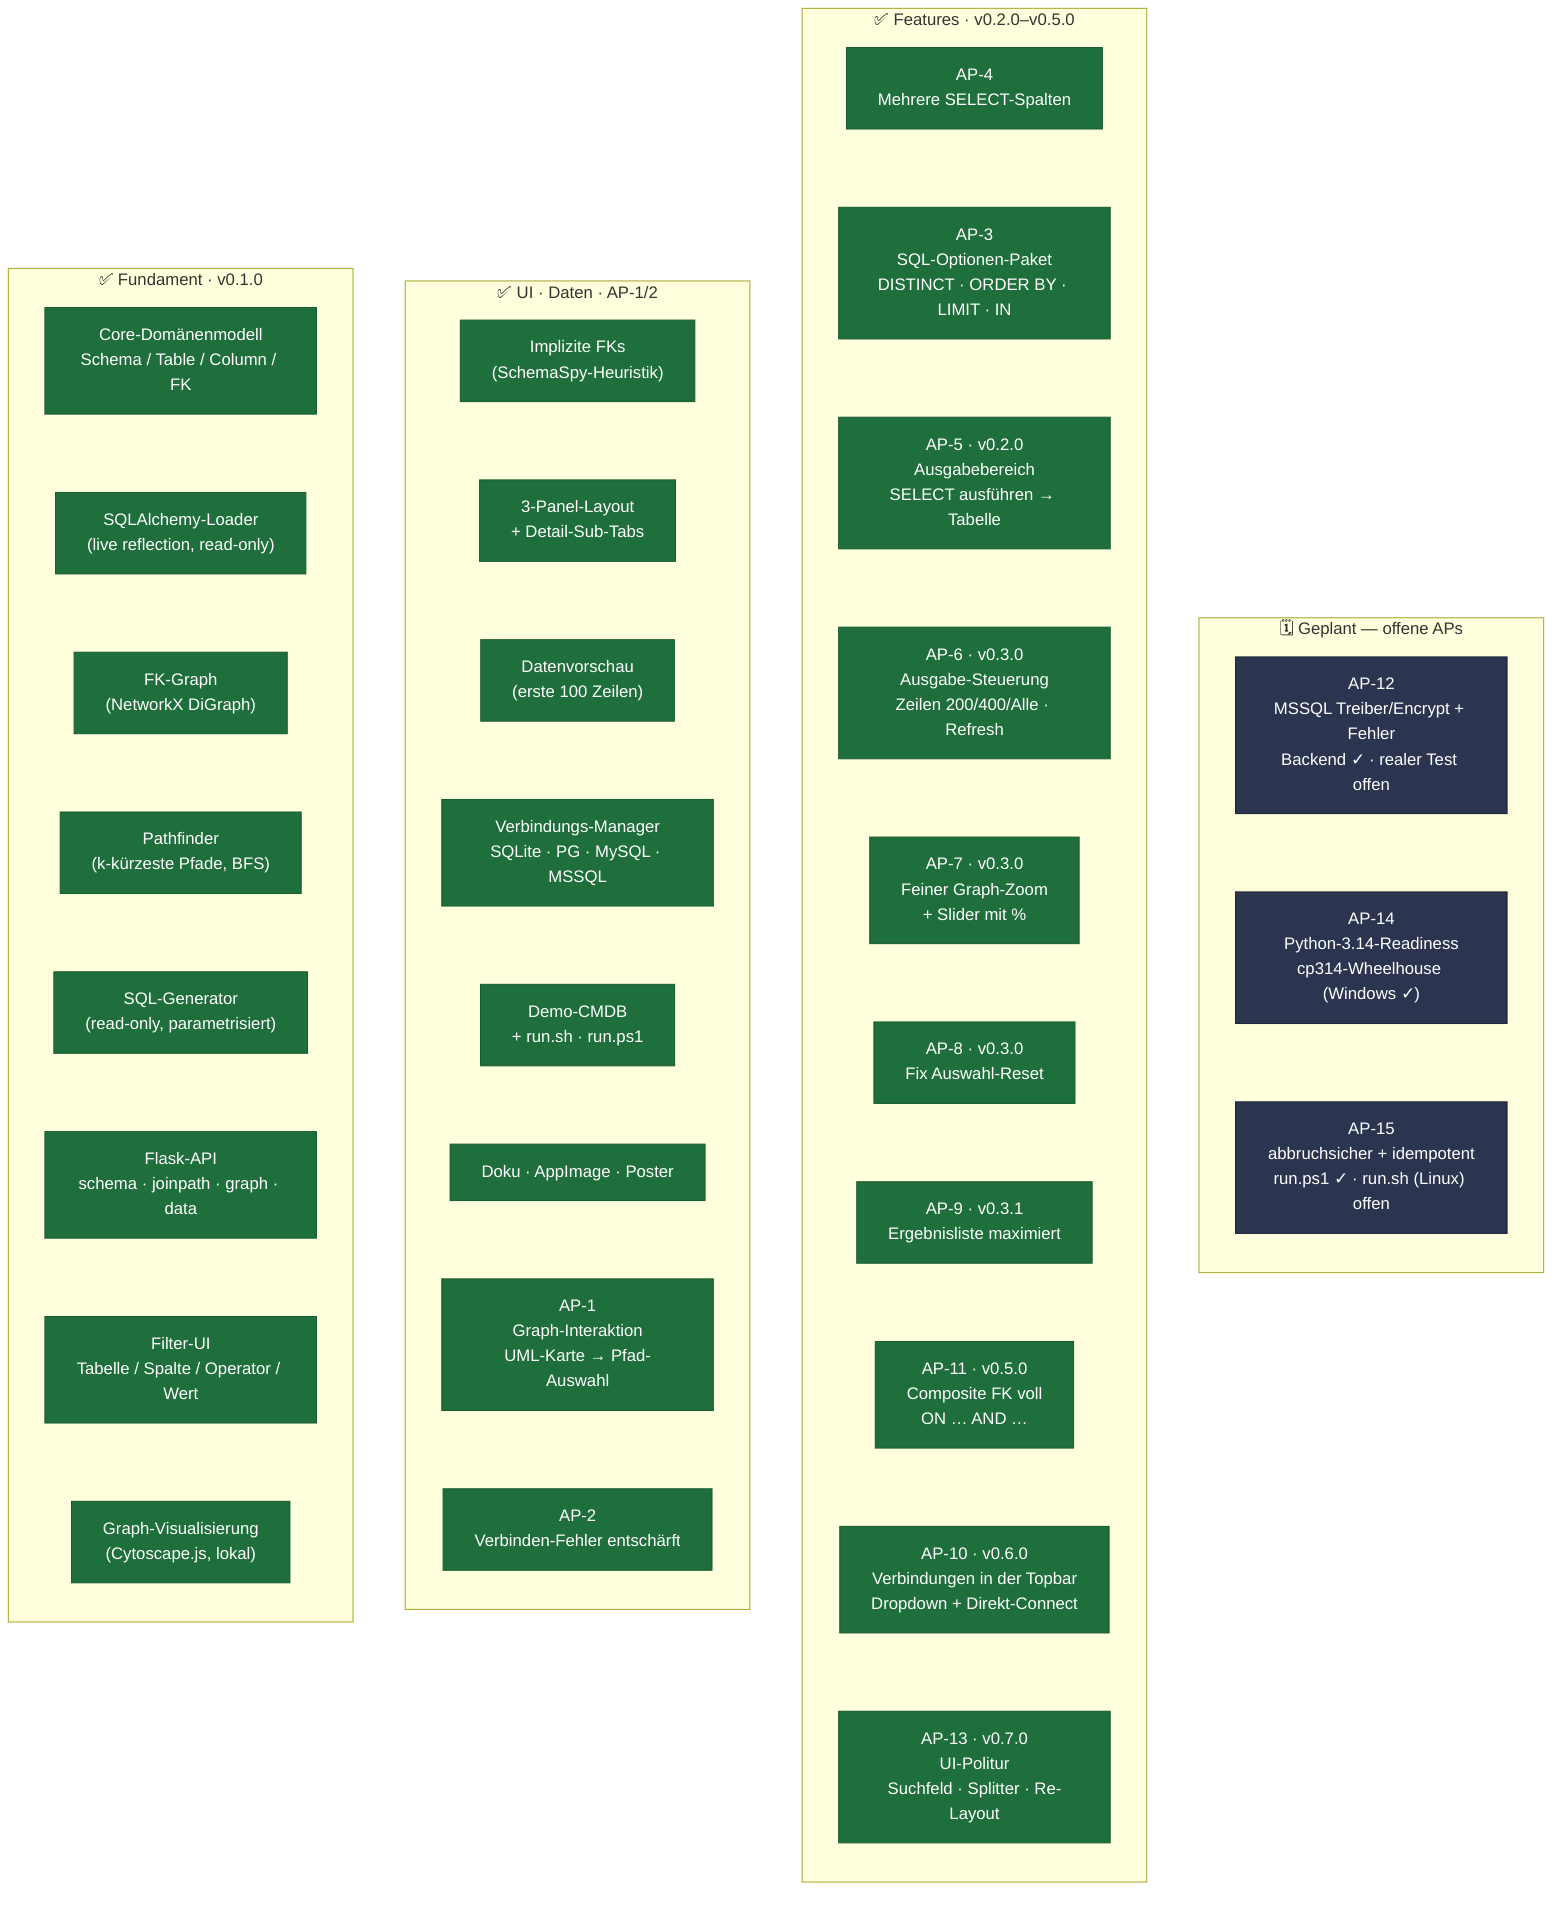
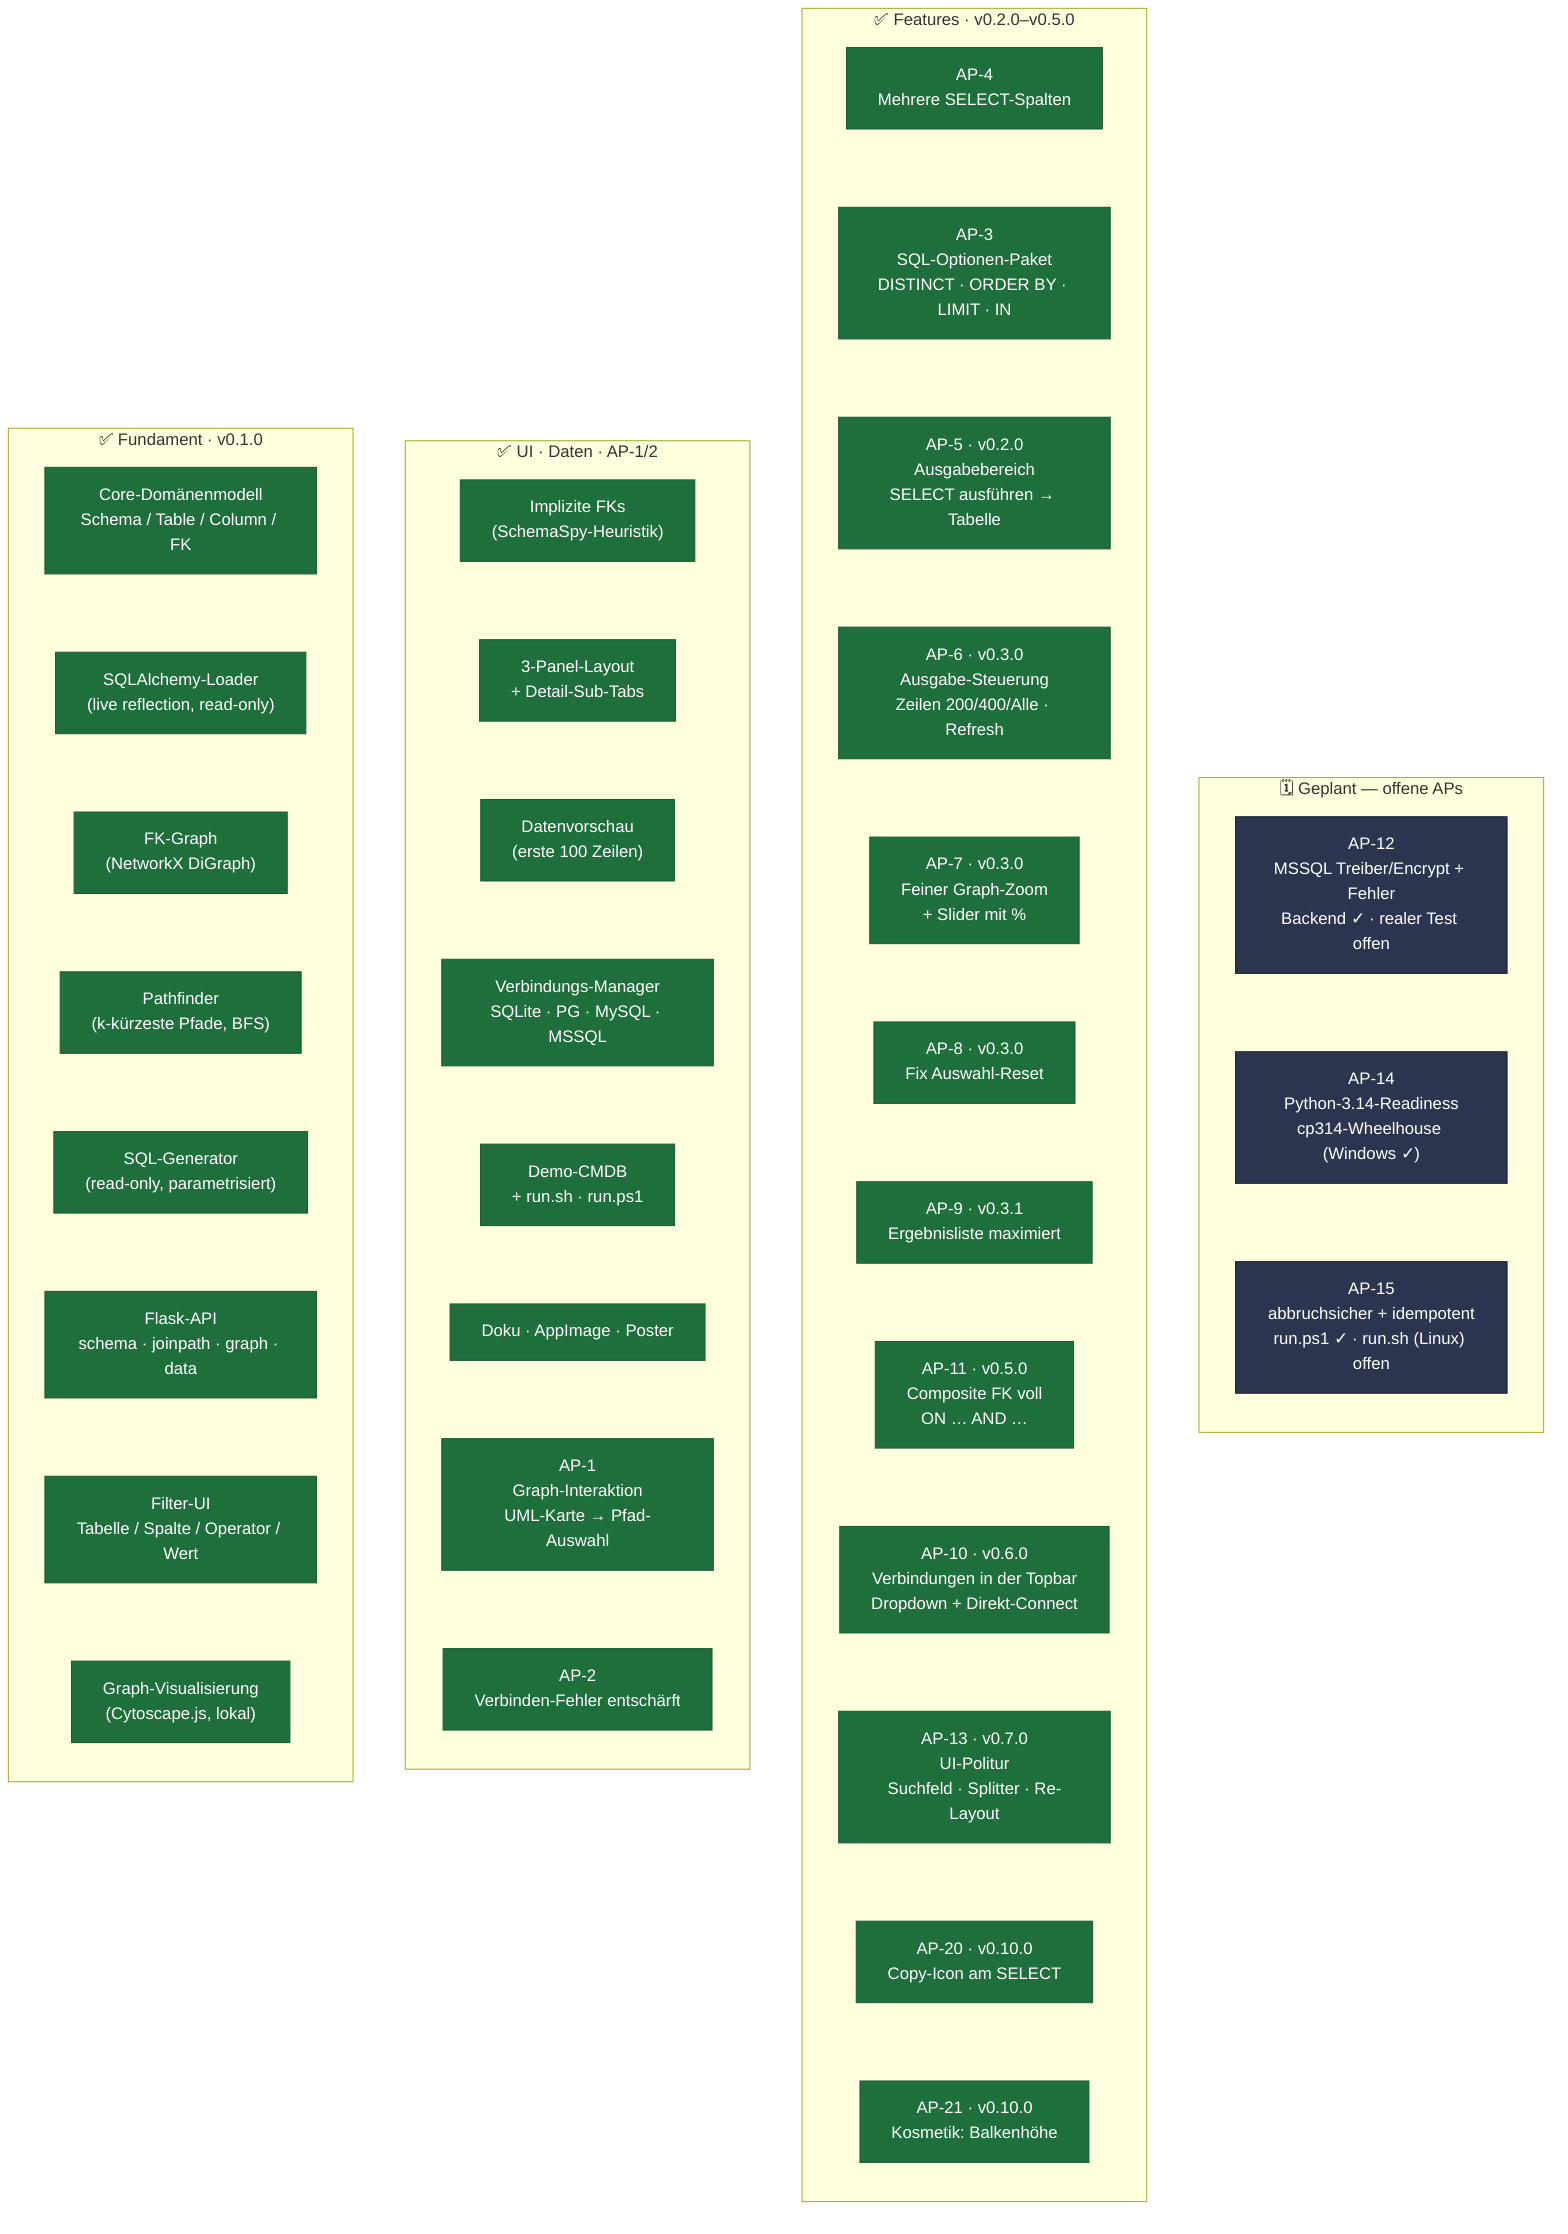
flowchart LR
    classDef done fill:#1f6f3c,color:#fff,stroke:#1a5c32
    classDef wip  fill:#7a5c00,color:#fff,stroke:#5e4600
    classDef plan fill:#2c3550,color:#fff,stroke:#1e2538

    subgraph S1["✅  Fundament · v0.1.0"]
        direction TB
        D1["Core-Domänenmodell\nSchema / Table / Column / FK"]
        D2["SQLAlchemy-Loader\n(live reflection, read-only)"]
        D3["FK-Graph\n(NetworkX DiGraph)"]
        D4["Pathfinder\n(k-kürzeste Pfade, BFS)"]
        D5["SQL-Generator\n(read-only, parametrisiert)"]
        D6["Flask-API\nschema · joinpath · graph · data"]
        D7["Filter-UI\nTabelle / Spalte / Operator / Wert"]
        D8["Graph-Visualisierung\n(Cytoscape.js, lokal)"]
        D1 ~~~ D2 ~~~ D3 ~~~ D4 ~~~ D5 ~~~ D6 ~~~ D7 ~~~ D8
    end

    subgraph S2["✅  UI · Daten · AP-1/2"]
        direction TB
        D9["Implizite FKs\n(SchemaSpy-Heuristik)"]
        D10["3-Panel-Layout\n+ Detail-Sub-Tabs"]
        D11["Datenvorschau\n(erste 100 Zeilen)"]
        D12["Verbindungs-Manager\nSQLite · PG · MySQL · MSSQL"]
        D13["Demo-CMDB\n+ run.sh · run.ps1"]
        D14["Doku · AppImage · Poster"]
        D15["AP-1\nGraph-Interaktion\nUML-Karte → Pfad-Auswahl"]
        D16["AP-2\nVerbinden-Fehler entschärft"]
        D9 ~~~ D10 ~~~ D11 ~~~ D12 ~~~ D13 ~~~ D14 ~~~ D15 ~~~ D16
    end

    subgraph S3["✅  Features · v0.2.0–v0.5.0"]
        direction TB
        D17["AP-4\nMehrere SELECT-Spalten"]
        D18["AP-3\nSQL-Optionen-Paket\nDISTINCT · ORDER BY · LIMIT · IN"]
        D19["AP-5 · v0.2.0\nAusgabebereich\nSELECT ausführen → Tabelle"]
        D20["AP-6 · v0.3.0\nAusgabe-Steuerung\nZeilen 200/400/Alle · Refresh"]
        D21["AP-7 · v0.3.0\nFeiner Graph-Zoom\n+ Slider mit %"]
        D22["AP-8 · v0.3.0\nFix Auswahl-Reset"]
        D23["AP-9 · v0.3.1\nErgebnisliste maximiert"]
        D24["AP-11 · v0.5.0\nComposite FK voll\nON … AND …"]
        D25["AP-10 · v0.6.0\nVerbindungen in der Topbar\nDropdown + Direkt-Connect"]
        D26["AP-13 · v0.7.0\nUI-Politur\nSuchfeld · Splitter · Re-Layout"]
-         D17 ~~~ D18 ~~~ D19 ~~~ D20 ~~~ D21 ~~~ D22 ~~~ D23 ~~~ D24 ~~~ D25 ~~~ D26
+         D27["AP-20 · v0.10.0\nCopy-Icon am SELECT"]
+         D28["AP-21 · v0.10.0\nKosmetik: Balkenhöhe"]
+         D17 ~~~ D18 ~~~ D19 ~~~ D20 ~~~ D21 ~~~ D22 ~~~ D23 ~~~ D24 ~~~ D25 ~~~ D26 ~~~ D27 ~~~ D28
    end

    subgraph S4["🗓️  Geplant — offene APs"]
        direction TB
        P12["AP-12\nMSSQL Treiber/Encrypt + Fehler\nBackend ✓ · realer Test offen"]
        P14["AP-14\nPython-3.14-Readiness\ncp314-Wheelhouse (Windows ✓)"]
        P15["AP-15\nabbruchsicher + idempotent\nrun.ps1 ✓ · run.sh (Linux) offen"]
        P12 ~~~ P14 ~~~ P15
    end

    %% Subgraphs nebeneinander erzwingen (sonst stapelt dagre sie vertikal)
    S1 ~~~ S2 ~~~ S3 ~~~ S4

-     class D1,D2,D3,D4,D5,D6,D7,D8,D9,D10,D11,D12,D13,D14,D15,D16,D17,D18,D19,D20,D21,D22,D23,D24,D25,D26 done
+     class D1,D2,D3,D4,D5,D6,D7,D8,D9,D10,D11,D12,D13,D14,D15,D16,D17,D18,D19,D20,D21,D22,D23,D24,D25,D26,D27,D28 done
    class P12,P14,P15 plan
